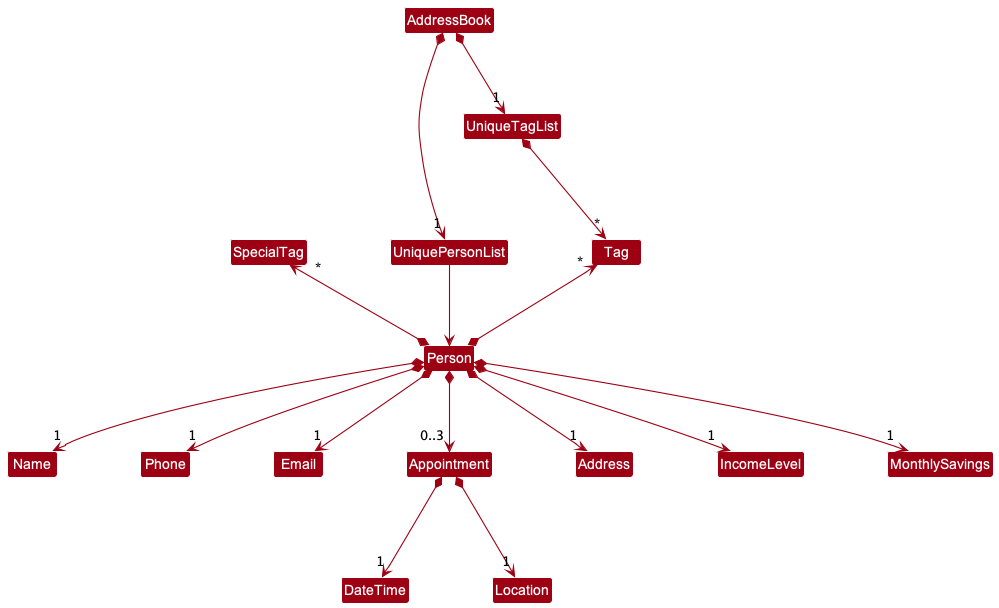
The PlantUML diagram docs/images/BetterModelClassDiagram.png in nus-cs2103-AY2223S1/tp, before a commit.
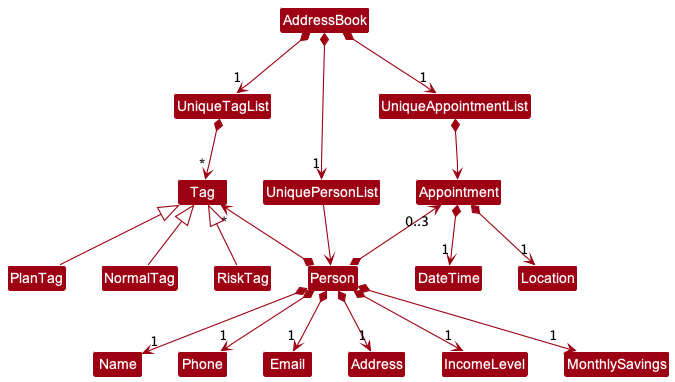
After the change.

What changed in the source:
```diff
@@ -6,23 +6,28 @@
 
 AddressBook *-down-> "1" UniquePersonList
 AddressBook *-down-> "1" UniqueTagList
+AddressBook *-down-> "1" UniqueAppointmentList
 UniqueTagList -[hidden]down- UniquePersonList
 UniqueTagList -[hidden]down- UniquePersonList
+UniqueAppointmentList -[hidden]down- UniquePersonList
 
 UniqueTagList *-down-> "*" Tag
 UniquePersonList -right-> Person
+UniqueAppointmentList *-down-> Appointment
 
 Person *-up-> "*" Tag
-Person *-up-> "*" SpecialTag
-
 Person *--> "1" Name
 Person *--> "1" Phone
 Person *--> "1" Email
-Person *--> "0..3" Appointment
+Person *-up-> "0..3" Appointment
 Person *--> "1" Address
 Person *--> "1" IncomeLevel
 Person *--> "1" MonthlySavings
 
+NormalTag -up-|> Tag
+RiskTag -up-|> Tag
+PlanTag -up-|> Tag
+
 Appointment *--> "1" DateTime
 Appointment *--> "1" Location
 @enduml
```
